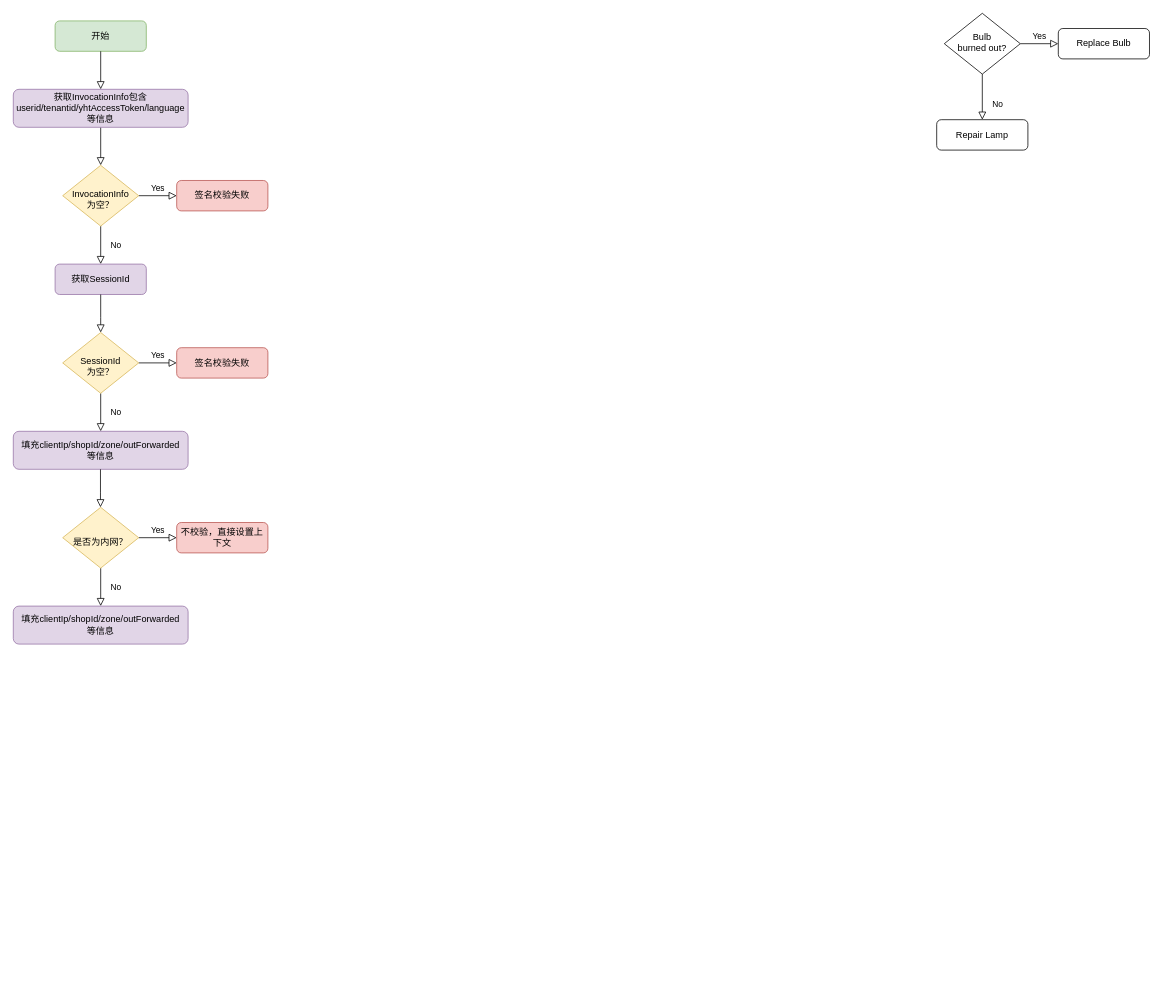
This is CukooFilter.drawio from 4379224321/figure, a draw.io file, before an edit. Source tidied: cells renumbered, new cells numbered last; positions are measured from the earlier drawing's top-left corner, leaving out a move shared by most shapes. Both pictures are drawn from the tidied source at 76%, with x=0, y=0 at pixel (13, 13).
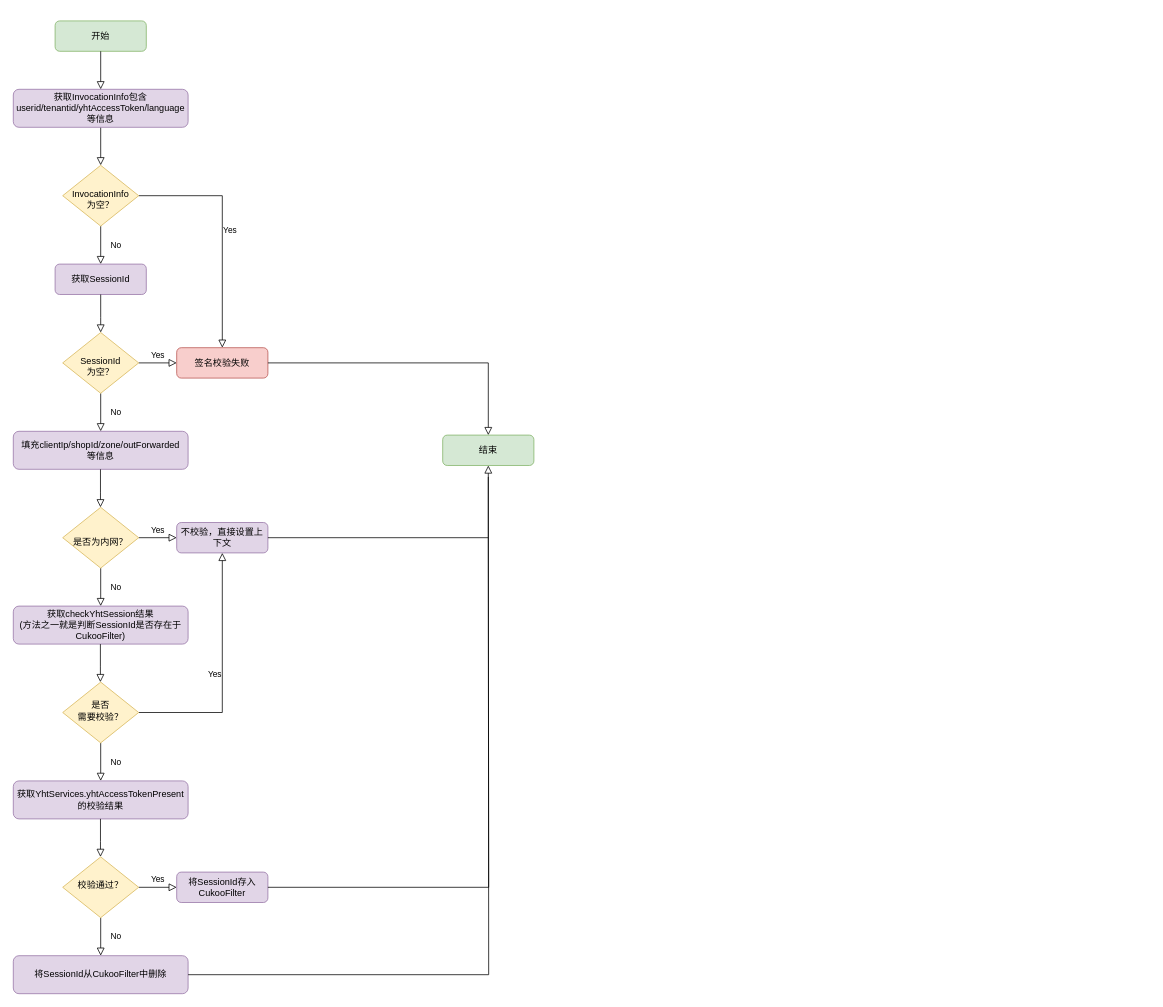
The same diagram, later.

The change refers to these unchanged cells:
```xml
<mxCell id="6" value="&lt;br&gt;InvocationInfo&lt;br&gt;为空？" style="rhombus;whiteSpace=wrap;html=1;shadow=0;fontFamily=Helvetica;fontSize=12;align=center;strokeWidth=1;spacing=6;spacingTop=-4;fillColor=#fff2cc;strokeColor=#d6b656;" parent="1" vertex="1">
  <mxGeometry x="65" y="200" width="100" height="80" as="geometry" />
</mxCell>
<mxCell id="19" value="签名校验失败" style="rounded=1;whiteSpace=wrap;html=1;fontSize=12;glass=0;strokeWidth=1;shadow=0;fillColor=#f8cecc;strokeColor=#b85450;" parent="1" vertex="1">
  <mxGeometry x="215" y="440" width="120" height="40" as="geometry" />
</mxCell>
```

The edit, as a diff of the source:
```diff
@@
-    <mxCell id="5" value="Yes" style="edgeStyle=orthogonalEdgeStyle;rounded=0;html=1;jettySize=auto;fontSize=11;endArrow=block;endFill=0;endSize=8;strokeWidth=1;shadow=0;labelBackgroundColor=none;" parent="1" edge="1" source="6" target="7">
+    <mxCell id="5" value="Yes" style="edgeStyle=orthogonalEdgeStyle;rounded=0;html=1;jettySize=auto;fontSize=11;endArrow=block;endFill=0;endSize=8;strokeWidth=1;shadow=0;labelBackgroundColor=none;entryX=0.5;entryY=0;entryDx=0;entryDy=0;" parent="1" edge="1" source="6" target="19">
       <mxGeometry y="10" relative="1" as="geometry" />
     </mxCell>
@@
-    <mxCell id="7" value="签名校验失败" style="rounded=1;whiteSpace=wrap;html=1;fontSize=12;glass=0;strokeWidth=1;shadow=0;fillColor=#f8cecc;strokeColor=#b85450;" parent="1" vertex="1">
-      <mxGeometry x="215" y="220" width="120" height="40" as="geometry" />
-    </mxCell>
-    <mxCell id="8" value="No" style="rounded=0;html=1;jettySize=auto;fontSize=11;endArrow=block;endFill=0;endSize=8;strokeWidth=1;shadow=0;labelBackgroundColor=none;edgeStyle=orthogonalEdgeStyle;" parent="1" edge="1" source="10" target="11">
-      <mxGeometry x="0.33" y="20" relative="1" as="geometry" />
-    </mxCell>
-    <mxCell id="9" value="Yes" style="edgeStyle=orthogonalEdgeStyle;rounded=0;html=1;jettySize=auto;fontSize=11;endArrow=block;endFill=0;endSize=8;strokeWidth=1;shadow=0;labelBackgroundColor=none;" parent="1" edge="1" source="10" target="12">
-      <mxGeometry y="10" relative="1" as="geometry" />
-    </mxCell>
-    <mxCell id="10" value="Bulb&lt;br&gt;burned out?" style="rhombus;whiteSpace=wrap;html=1;shadow=0;fontFamily=Helvetica;fontSize=12;align=center;strokeWidth=1;spacing=6;spacingTop=-4;" parent="1" vertex="1">
-      <mxGeometry x="1225" width="100" height="80" as="geometry" />
-    </mxCell>
-    <mxCell id="11" value="Repair Lamp" style="rounded=1;whiteSpace=wrap;html=1;fontSize=12;glass=0;strokeWidth=1;shadow=0;" parent="1" vertex="1">
-      <mxGeometry x="1215" y="140" width="120" height="40" as="geometry" />
-    </mxCell>
-    <mxCell id="12" value="Replace Bulb" style="rounded=1;whiteSpace=wrap;html=1;fontSize=12;glass=0;strokeWidth=1;shadow=0;" parent="1" vertex="1">
-      <mxGeometry x="1375" y="20" width="120" height="40" as="geometry" />
-    </mxCell>
@@
-    <mxCell id="25" value="不校验，直接设置上下文" style="rounded=1;whiteSpace=wrap;html=1;fontSize=12;glass=0;strokeWidth=1;shadow=0;fillColor=#f8cecc;strokeColor=#b85450;" parent="1" vertex="1">
+    <mxCell id="25" value="不校验，直接设置上下文" style="rounded=1;whiteSpace=wrap;html=1;fontSize=12;glass=0;strokeWidth=1;shadow=0;fillColor=#e1d5e7;strokeColor=#9673a6;" parent="1" vertex="1">
       <mxGeometry x="215" y="670" width="120" height="40" as="geometry" />
     </mxCell>
-    <mxCell id="26" value="填充clientIp/shopId/zone/outForwarded&lt;br&gt;等信息" style="rounded=1;whiteSpace=wrap;html=1;fontSize=12;glass=0;strokeWidth=1;shadow=0;fillColor=#e1d5e7;strokeColor=#9673a6;" parent="1" vertex="1">
+    <mxCell id="26" value="获取checkYhtSession结果&lt;br&gt;(方法之一就是判断SessionId是否存在于CukooFilter)" style="rounded=1;whiteSpace=wrap;html=1;fontSize=12;glass=0;strokeWidth=1;shadow=0;fillColor=#e1d5e7;strokeColor=#9673a6;" parent="1" vertex="1">
       <mxGeometry y="780" width="230" height="50" as="geometry" />
     </mxCell>
@@
+    <mxCell id="28" value="结束" style="rounded=1;whiteSpace=wrap;html=1;fontSize=12;glass=0;strokeWidth=1;shadow=0;fillColor=#d5e8d4;strokeColor=#82b366;" parent="1" vertex="1">
+      <mxGeometry x="565" y="555" width="120" height="40" as="geometry" />
+    </mxCell>
+    <mxCell id="29" value="No" style="rounded=0;html=1;jettySize=auto;fontSize=11;endArrow=block;endFill=0;endSize=8;strokeWidth=1;shadow=0;labelBackgroundColor=none;edgeStyle=orthogonalEdgeStyle;entryX=0.5;entryY=0;entryDx=0;entryDy=0;" parent="1" edge="1" source="31" target="32">
+      <mxGeometry y="20" relative="1" as="geometry" />
+    </mxCell>
+    <mxCell id="30" value="Yes" style="edgeStyle=orthogonalEdgeStyle;rounded=0;html=1;jettySize=auto;fontSize=11;endArrow=block;endFill=0;endSize=8;strokeWidth=1;shadow=0;labelBackgroundColor=none;entryX=0.5;entryY=1;entryDx=0;entryDy=0;" parent="1" edge="1" source="31" target="25">
+      <mxGeometry y="10" relative="1" as="geometry" />
+    </mxCell>
+    <mxCell id="31" value="是否&lt;br&gt;需要校验&lt;span style=&quot;background-color: initial;&quot;&gt;？&lt;/span&gt;" style="rhombus;whiteSpace=wrap;html=1;shadow=0;fontFamily=Helvetica;fontSize=12;align=center;strokeWidth=1;spacing=6;spacingTop=-4;fillColor=#fff2cc;strokeColor=#d6b656;" parent="1" vertex="1">
+      <mxGeometry x="65" y="880" width="100" height="80" as="geometry" />
+    </mxCell>
+    <mxCell id="32" value="获取YhtServices.yhtAccessTokenPresent的校验结果" style="rounded=1;whiteSpace=wrap;html=1;fontSize=12;glass=0;strokeWidth=1;shadow=0;fillColor=#e1d5e7;strokeColor=#9673a6;" parent="1" vertex="1">
+      <mxGeometry y="1010" width="230" height="50" as="geometry" />
+    </mxCell>
+    <mxCell id="33" style="rounded=0;html=1;jettySize=auto;orthogonalLoop=1;fontSize=11;endArrow=block;endFill=0;endSize=8;strokeWidth=1;shadow=0;labelBackgroundColor=none;edgeStyle=orthogonalEdgeStyle;" parent="1" edge="1">
+      <mxGeometry relative="1" as="geometry">
+        <mxPoint x="114.6" y="830" as="sourcePoint" />
+        <mxPoint x="114.6" y="880" as="targetPoint" />
+        <Array as="points">
+          <mxPoint x="114.6" y="860" />
+          <mxPoint x="114.6" y="860" />
+        </Array>
+      </mxGeometry>
+    </mxCell>
+    <mxCell id="34" style="rounded=0;html=1;jettySize=auto;fontSize=11;endArrow=block;endFill=0;endSize=8;strokeWidth=1;shadow=0;labelBackgroundColor=none;edgeStyle=orthogonalEdgeStyle;exitX=1;exitY=0.5;exitDx=0;exitDy=0;entryX=0.5;entryY=0;entryDx=0;entryDy=0;" parent="1" edge="1" source="19" target="28">
+      <mxGeometry relative="1" as="geometry">
+        <Array as="points">
+          <mxPoint x="625" y="460" />
+        </Array>
+      </mxGeometry>
+    </mxCell>
+    <mxCell id="35" style="rounded=0;html=1;jettySize=auto;fontSize=11;endArrow=block;endFill=0;endSize=8;strokeWidth=1;shadow=0;labelBackgroundColor=none;edgeStyle=orthogonalEdgeStyle;exitX=1;exitY=0.5;exitDx=0;exitDy=0;entryX=0.5;entryY=1;entryDx=0;entryDy=0;" parent="1" edge="1" source="25" target="28">
+      <mxGeometry relative="1" as="geometry" />
+    </mxCell>
+    <mxCell id="36" value="No" style="rounded=0;html=1;jettySize=auto;fontSize=11;endArrow=block;endFill=0;endSize=8;strokeWidth=1;shadow=0;labelBackgroundColor=none;edgeStyle=orthogonalEdgeStyle;entryX=0.5;entryY=0;entryDx=0;entryDy=0;" parent="1" edge="1" source="37" target="39">
+      <mxGeometry y="20" relative="1" as="geometry" />
+    </mxCell>
+    <mxCell id="9" value="Yes" style="edgeStyle=orthogonalEdgeStyle;rounded=0;html=1;jettySize=auto;fontSize=11;endArrow=block;endFill=0;endSize=8;strokeWidth=1;shadow=0;labelBackgroundColor=none;" parent="1" edge="1" source="37" target="38">
+      <mxGeometry y="10" relative="1" as="geometry" />
+    </mxCell>
+    <mxCell id="37" value="校验通过&lt;span style=&quot;background-color: initial;&quot;&gt;？&lt;/span&gt;" style="rhombus;whiteSpace=wrap;html=1;shadow=0;fontFamily=Helvetica;fontSize=12;align=center;strokeWidth=1;spacing=6;spacingTop=-4;fillColor=#fff2cc;strokeColor=#d6b656;" parent="1" vertex="1">
+      <mxGeometry x="65" y="1110" width="100" height="80" as="geometry" />
+    </mxCell>
+    <mxCell id="38" value="将SessionId存入CukooFilter" style="rounded=1;whiteSpace=wrap;html=1;fontSize=12;glass=0;strokeWidth=1;shadow=0;fillColor=#e1d5e7;strokeColor=#9673a6;" parent="1" vertex="1">
+      <mxGeometry x="215" y="1130" width="120" height="40" as="geometry" />
+    </mxCell>
+    <mxCell id="39" value="将SessionId从CukooFilter中删除" style="rounded=1;whiteSpace=wrap;html=1;fontSize=12;glass=0;strokeWidth=1;shadow=0;fillColor=#e1d5e7;strokeColor=#9673a6;" parent="1" vertex="1">
+      <mxGeometry y="1240" width="230" height="50" as="geometry" />
+    </mxCell>
+    <mxCell id="40" style="rounded=0;html=1;jettySize=auto;orthogonalLoop=1;fontSize=11;endArrow=block;endFill=0;endSize=8;strokeWidth=1;shadow=0;labelBackgroundColor=none;edgeStyle=orthogonalEdgeStyle;" parent="1" edge="1">
+      <mxGeometry relative="1" as="geometry">
+        <mxPoint x="114.7" y="1060" as="sourcePoint" />
+        <mxPoint x="114.7" y="1110" as="targetPoint" />
+        <Array as="points">
+          <mxPoint x="114.7" y="1090" />
+          <mxPoint x="114.7" y="1090" />
+        </Array>
+      </mxGeometry>
+    </mxCell>
+    <mxCell id="41" style="rounded=0;html=1;jettySize=auto;fontSize=11;endArrow=none;endFill=0;endSize=8;strokeWidth=1;shadow=0;labelBackgroundColor=none;edgeStyle=orthogonalEdgeStyle;exitX=1;exitY=0.5;exitDx=0;exitDy=0;" parent="1" edge="1" source="38">
+      <mxGeometry relative="1" as="geometry">
+        <mxPoint x="625" y="690" as="targetPoint" />
+      </mxGeometry>
+    </mxCell>
+    <mxCell id="42" style="rounded=0;html=1;jettySize=auto;fontSize=11;endArrow=none;endFill=0;endSize=8;strokeWidth=1;shadow=0;labelBackgroundColor=none;edgeStyle=orthogonalEdgeStyle;exitX=1;exitY=0.5;exitDx=0;exitDy=0;" parent="1" edge="1" source="39">
+      <mxGeometry relative="1" as="geometry">
+        <mxPoint x="625" y="610" as="targetPoint" />
+      </mxGeometry>
+    </mxCell>
```
